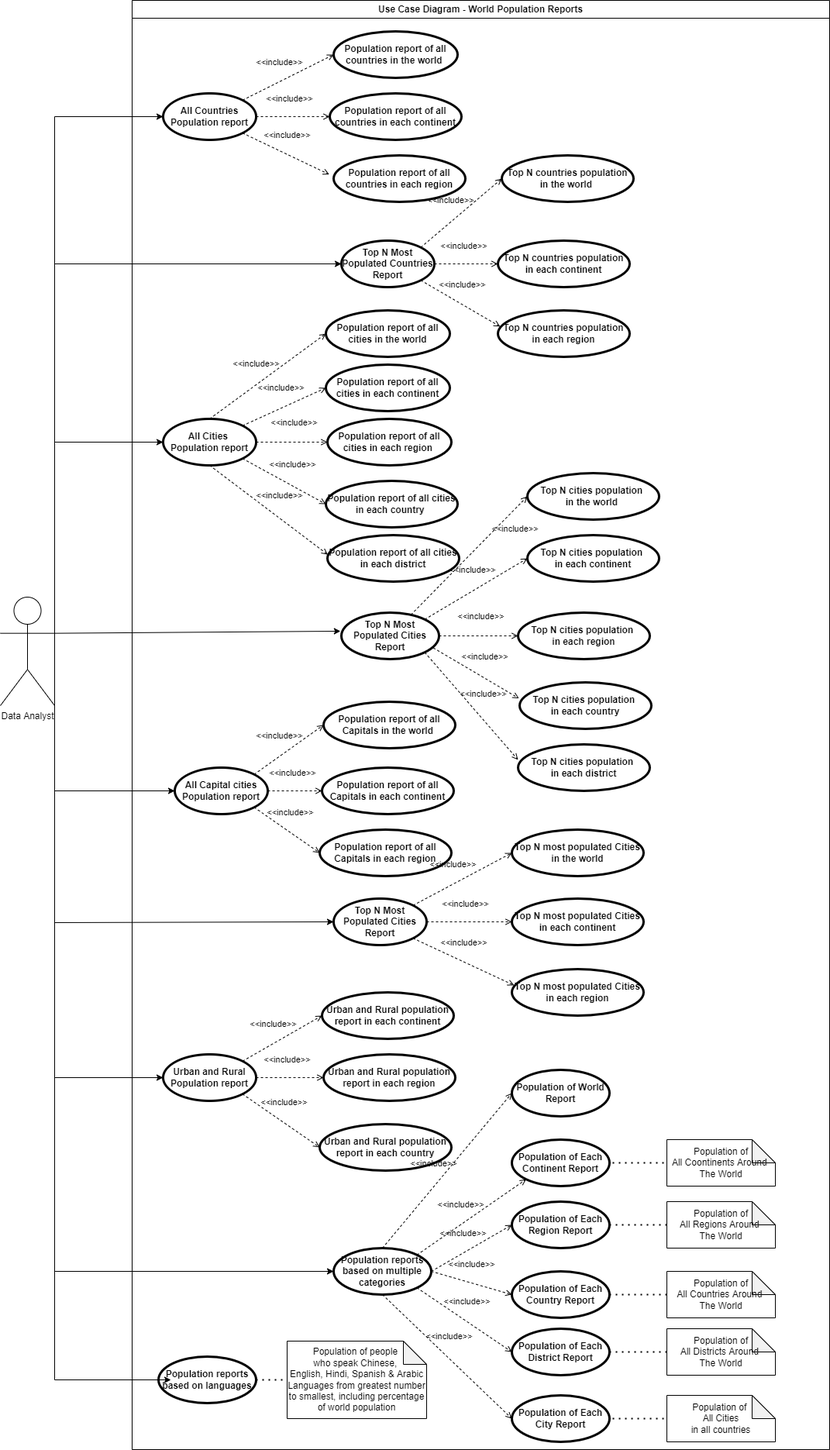
kaungmyat128/devops_coursework keeps this draw.io diagram as Use_Case_Diagram.png. Above is the earlier version. Source tidied: cells renumbered, new cells last; positions are measured from the earlier drawing's top-left corner, leaving out a move shared by most shapes.
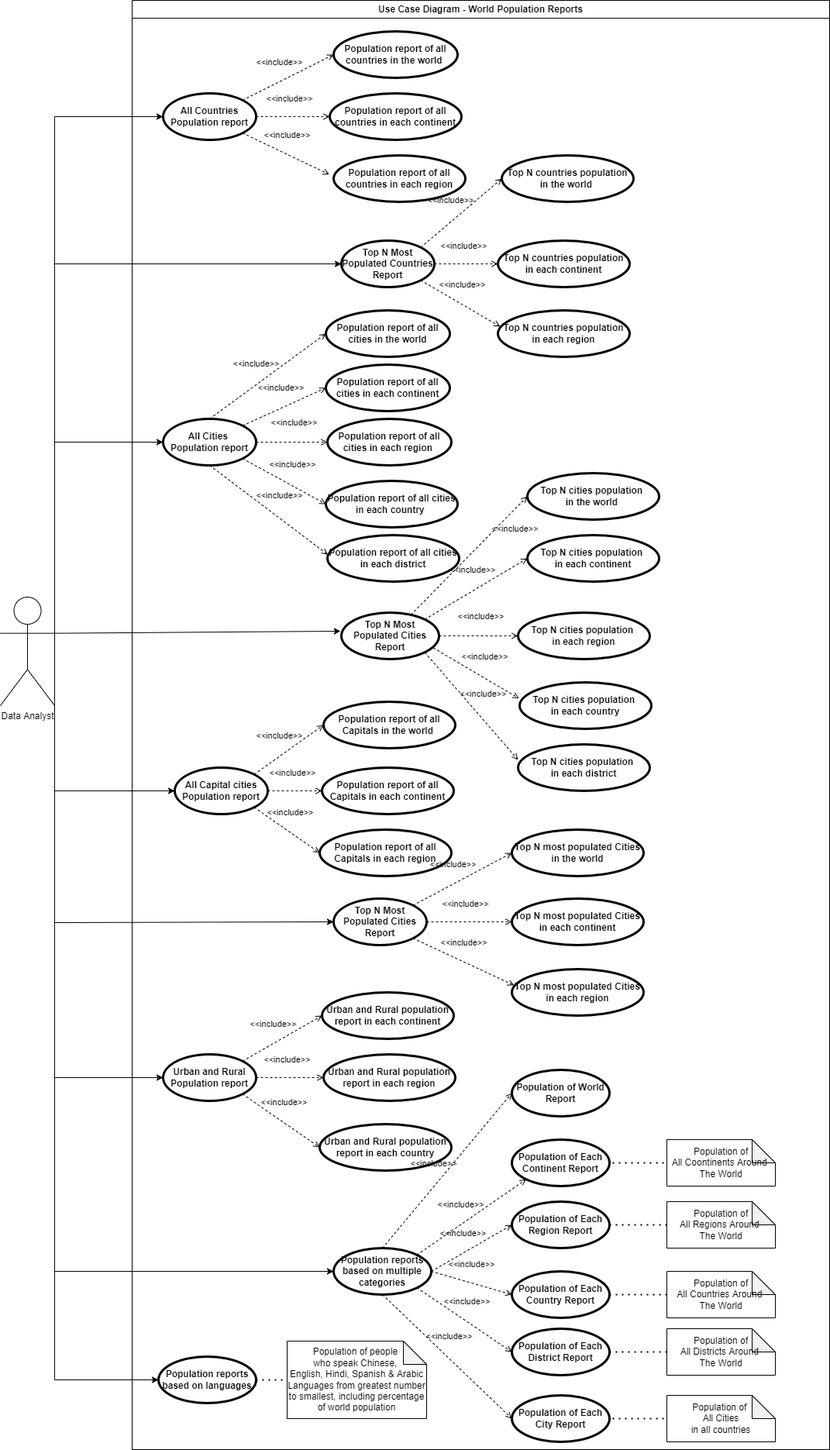
The same file after the commit.

Commit message:
Completed and Fixed Use Case Diagram

What changed in the source:
```diff
@@ -315,9 +315,8 @@
         </Array>
       </mxGeometry>
     </mxCell>
-    <mxCell id="95" style="endArrow=classic;html=1;rounded=0;exitX=1;exitY=0.3333333333333333;exitDx=0;exitDy=0;exitPerimeter=0;" parent="1" edge="1" source="79">
+    <mxCell id="95" style="endArrow=classic;html=1;rounded=0;exitX=1;exitY=0.3333333333333333;exitDx=0;exitDy=0;exitPerimeter=0;entryX=0;entryY=0.5;entryDx=0;entryDy=0;" parent="1" edge="1" source="79" target="60">
       <mxGeometry relative="1" as="geometry">
-        <mxPoint x="220" y="1780" as="targetPoint" />
         <Array as="points">
           <mxPoint x="70" y="1780" />
         </Array>
```
